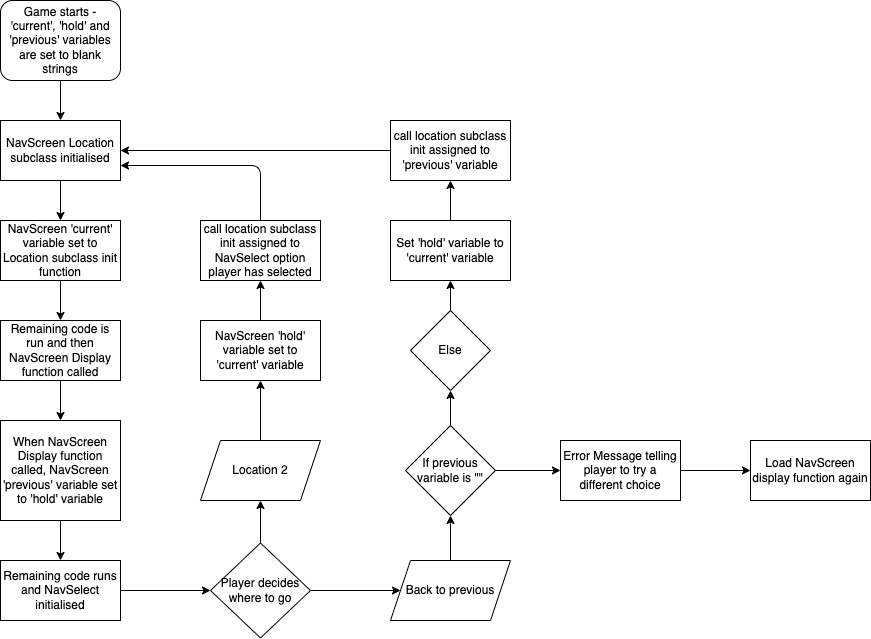
The draw.io diagram Assignment Documents/Flowgrams/ReturnToPrevious.png in AshfordGraye/ProjectRPG, before a commit. Source tidied: cells renumbered, new cells last; positions are measured from the earlier drawing's top-left corner, leaving out a move shared by most shapes.
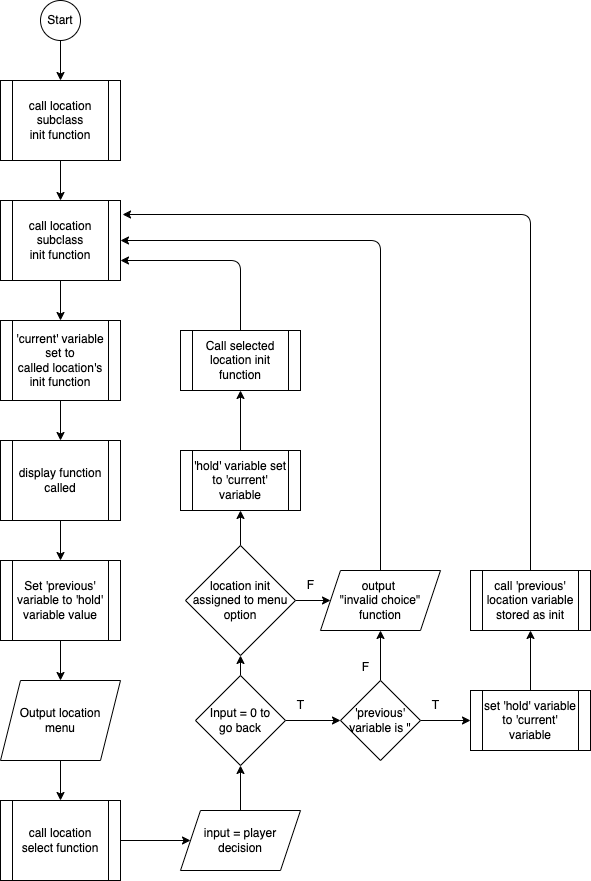
Above is the later version.

What changed in the source:
```diff
@@ -2,114 +2,144 @@
   <root>
     <mxCell id="0" />
     <mxCell id="1" parent="0" />
+    <mxCell id="26" style="edgeStyle=none;html=1;exitX=0.5;exitY=1;exitDx=0;exitDy=0;entryX=0.5;entryY=0;entryDx=0;entryDy=0;" parent="1" edge="1" source="3">
+      <mxGeometry relative="1" as="geometry">
+        <mxPoint x="80" y="80" as="targetPoint" />
+      </mxGeometry>
+    </mxCell>
+    <mxCell id="3" value="Start" style="ellipse;whiteSpace=wrap;html=1;" parent="1" vertex="1">
+      <mxGeometry x="60" width="40" height="40" as="geometry" />
+    </mxCell>
+    <mxCell id="18" style="edgeStyle=none;html=1;exitX=0.5;exitY=1;exitDx=0;exitDy=0;entryX=0.5;entryY=0;entryDx=0;entryDy=0;" parent="1" edge="1" target="37">
+      <mxGeometry relative="1" as="geometry">
+        <mxPoint x="80" y="160" as="sourcePoint" />
+      </mxGeometry>
+    </mxCell>
+    <mxCell id="25" style="edgeStyle=none;html=1;exitX=0.5;exitY=1;exitDx=0;exitDy=0;entryX=0.5;entryY=0;entryDx=0;entryDy=0;" parent="1" edge="1" source="37" target="23">
+      <mxGeometry relative="1" as="geometry" />
+    </mxCell>
+    <mxCell id="37" value="call location&lt;br&gt;subclass&lt;br&gt;init function" style="shape=process;whiteSpace=wrap;html=1;backgroundOutline=1;" parent="1" vertex="1">
+      <mxGeometry x="20" y="200" width="120" height="80" as="geometry" />
+    </mxCell>
+    <mxCell id="38" style="edgeStyle=none;html=1;exitX=0.5;exitY=1;exitDx=0;exitDy=0;entryX=0.5;entryY=0;entryDx=0;entryDy=0;" parent="1" edge="1" source="23" target="39">
+      <mxGeometry relative="1" as="geometry" />
+    </mxCell>
+    <mxCell id="23" value="'current' variable set to&lt;br&gt;called location's&lt;br&gt;init function" style="shape=process;whiteSpace=wrap;html=1;backgroundOutline=1;" parent="1" vertex="1">
+      <mxGeometry x="20" y="320" width="120" height="80" as="geometry" />
+    </mxCell>
+    <mxCell id="31" style="edgeStyle=none;html=1;exitX=0.5;exitY=1;exitDx=0;exitDy=0;entryX=0.5;entryY=0;entryDx=0;entryDy=0;" parent="1" edge="1" source="39" target="2">
+      <mxGeometry relative="1" as="geometry" />
+    </mxCell>
+    <mxCell id="39" value="display function called" style="shape=process;whiteSpace=wrap;html=1;backgroundOutline=1;" parent="1" vertex="1">
+      <mxGeometry x="20" y="440" width="120" height="80" as="geometry" />
+    </mxCell>
+    <mxCell id="40" style="edgeStyle=none;html=1;exitX=0.5;exitY=1;exitDx=0;exitDy=0;" parent="1" edge="1" source="2" target="17">
+      <mxGeometry relative="1" as="geometry" />
+    </mxCell>
-    <mxCell id="2" style="edgeStyle=none;html=1;exitX=0.5;exitY=1;exitDx=0;exitDy=0;entryX=0.5;entryY=0;entryDx=0;entryDy=0;" parent="1" edge="1" source="3" target="5">
-      <mxGeometry relative="1" as="geometry" />
+    <mxCell id="2" value="Set 'previous' variable to 'hold' variable value" style="shape=process;whiteSpace=wrap;html=1;backgroundOutline=1;" parent="1" vertex="1">
+      <mxGeometry x="20" y="560" width="120" height="80" as="geometry" />
     </mxCell>
-    <mxCell id="3" value="NavScreen Location subclass initialised" style="rounded=0;whiteSpace=wrap;html=1;" parent="1" vertex="1">
-      <mxGeometry y="120" width="120" height="60" as="geometry" />
-    </mxCell>
-    <mxCell id="4" style="edgeStyle=none;html=1;exitX=0.5;exitY=1;exitDx=0;exitDy=0;" parent="1" edge="1" source="5" target="7">
-      <mxGeometry relative="1" as="geometry" />
-    </mxCell>
-    <mxCell id="5" value="NavScreen 'current' variable set to Location subclass init function" style="rounded=0;whiteSpace=wrap;html=1;" parent="1" vertex="1">
-      <mxGeometry y="220" width="120" height="60" as="geometry" />
-    </mxCell>
+    <mxCell id="36" style="edgeStyle=none;html=1;exitX=1;exitY=0.5;exitDx=0;exitDy=0;entryX=0;entryY=0.5;entryDx=0;entryDy=0;" parent="1" edge="1" source="22" target="27">
+      <mxGeometry relative="1" as="geometry" />
+    </mxCell>
+    <mxCell id="22" value="call location select function" style="shape=process;whiteSpace=wrap;html=1;backgroundOutline=1;" parent="1" vertex="1">
+      <mxGeometry x="20" y="800" width="120" height="80" as="geometry" />
+    </mxCell>
+    <mxCell id="35" style="edgeStyle=none;html=1;exitX=1;exitY=0.5;exitDx=0;exitDy=0;entryX=0;entryY=0.5;entryDx=0;entryDy=0;" parent="1" edge="1" source="6" target="15">
+      <mxGeometry relative="1" as="geometry" />
+    </mxCell>
+    <mxCell id="41" style="edgeStyle=none;html=1;exitX=0.5;exitY=0;exitDx=0;exitDy=0;entryX=0.5;entryY=1;entryDx=0;entryDy=0;" parent="1" edge="1" source="6" target="56">
+      <mxGeometry relative="1" as="geometry" />
+    </mxCell>
-    <mxCell id="6" style="edgeStyle=none;html=1;exitX=0.5;exitY=1;exitDx=0;exitDy=0;" parent="1" edge="1" source="7" target="9">
-      <mxGeometry relative="1" as="geometry" />
+    <mxCell id="6" value="Input = 0 to&lt;br&gt;go back" style="rhombus;whiteSpace=wrap;html=1;" parent="1" vertex="1">
+      <mxGeometry x="215" y="675" width="90" height="90" as="geometry" />
     </mxCell>
-    <mxCell id="7" value="Remaining code is run and then NavScreen Display function called" style="rounded=0;whiteSpace=wrap;html=1;" parent="1" vertex="1">
-      <mxGeometry y="320" width="120" height="60" as="geometry" />
-    </mxCell>
-    <mxCell id="8" style="edgeStyle=none;html=1;exitX=0.5;exitY=1;exitDx=0;exitDy=0;" parent="1" edge="1" source="9" target="11">
-      <mxGeometry relative="1" as="geometry" />
-    </mxCell>
-    <mxCell id="9" value="When NavScreen Display function called, NavScreen 'previous' variable set to 'hold' variable" style="rounded=0;whiteSpace=wrap;html=1;" parent="1" vertex="1">
-      <mxGeometry y="420" width="120" height="100" as="geometry" />
-    </mxCell>
-    <mxCell id="10" style="edgeStyle=none;html=1;exitX=1;exitY=0.5;exitDx=0;exitDy=0;entryX=0;entryY=0.5;entryDx=0;entryDy=0;" parent="1" edge="1" source="11" target="19">
-      <mxGeometry relative="1" as="geometry" />
-    </mxCell>
-    <mxCell id="11" value="Remaining code runs and NavSelect initialised" style="rounded=0;whiteSpace=wrap;html=1;" parent="1" vertex="1">
-      <mxGeometry y="560" width="120" height="60" as="geometry" />
-    </mxCell>
-    <mxCell id="12" value="Load NavScreen display function again" style="rounded=0;whiteSpace=wrap;html=1;" parent="1" vertex="1">
-      <mxGeometry x="750" y="440" width="120" height="60" as="geometry" />
-    </mxCell>
+    <mxCell id="42" style="edgeStyle=none;html=1;exitX=0.5;exitY=1;exitDx=0;exitDy=0;entryX=0.5;entryY=0;entryDx=0;entryDy=0;" parent="1" edge="1" source="17" target="22">
+      <mxGeometry relative="1" as="geometry" />
+    </mxCell>
+    <mxCell id="17" value="Output location&lt;br&gt;menu" style="shape=parallelogram;perimeter=parallelogramPerimeter;whiteSpace=wrap;html=1;fixedSize=1;" parent="1" vertex="1">
+      <mxGeometry x="20" y="680" width="120" height="80" as="geometry" />
+    </mxCell>
-    <mxCell id="13" style="edgeStyle=none;html=1;exitX=0.5;exitY=0;exitDx=0;exitDy=0;entryX=0.5;entryY=1;entryDx=0;entryDy=0;" parent="1" edge="1" source="14" target="36">
+    <mxCell id="13" style="edgeStyle=none;html=1;exitX=0.5;exitY=0;exitDx=0;exitDy=0;entryX=0.5;entryY=1;entryDx=0;entryDy=0;" parent="1" edge="1" source="27" target="6">
       <mxGeometry relative="1" as="geometry" />
     </mxCell>
-    <mxCell id="14" value="NavScreen 'hold' variable set to 'current' variable" style="rounded=0;whiteSpace=wrap;html=1;" parent="1" vertex="1">
-      <mxGeometry x="200" y="320" width="120" height="60" as="geometry" />
-    </mxCell>
+    <mxCell id="27" value="input = player decision" style="shape=parallelogram;perimeter=parallelogramPerimeter;whiteSpace=wrap;html=1;fixedSize=1;" parent="1" vertex="1">
+      <mxGeometry x="200" y="810" width="120" height="60" as="geometry" />
+    </mxCell>
+    <mxCell id="43" style="edgeStyle=none;html=1;exitX=0.5;exitY=0;exitDx=0;exitDy=0;entryX=1.017;entryY=0.175;entryDx=0;entryDy=0;entryPerimeter=0;" parent="1" edge="1" source="24" target="37">
+      <mxGeometry relative="1" as="geometry">
+        <Array as="points">
+          <mxPoint x="550" y="214" />
+        </Array>
+      </mxGeometry>
+    </mxCell>
+    <mxCell id="24" value="call 'previous' location variable stored as init" style="shape=process;whiteSpace=wrap;html=1;backgroundOutline=1;" parent="1" vertex="1">
+      <mxGeometry x="490" y="570" width="120" height="60" as="geometry" />
+    </mxCell>
+    <mxCell id="44" style="edgeStyle=none;html=1;exitX=0.5;exitY=0;exitDx=0;exitDy=0;entryX=0.5;entryY=1;entryDx=0;entryDy=0;" parent="1" edge="1" source="15" target="29">
+      <mxGeometry relative="1" as="geometry" />
+    </mxCell>
+    <mxCell id="45" style="edgeStyle=none;html=1;exitX=1;exitY=0.5;exitDx=0;exitDy=0;entryX=0;entryY=0.5;entryDx=0;entryDy=0;" parent="1" edge="1" source="15" target="51">
+      <mxGeometry relative="1" as="geometry" />
+    </mxCell>
-    <mxCell id="15" style="edgeStyle=none;html=1;exitX=1;exitY=0.5;exitDx=0;exitDy=0;entryX=0;entryY=0.5;entryDx=0;entryDy=0;" parent="1" edge="1" source="16" target="12">
-      <mxGeometry relative="1" as="geometry" />
+    <mxCell id="15" value="'previous' variable is &quot;" style="rhombus;whiteSpace=wrap;html=1;" parent="1" vertex="1">
+      <mxGeometry x="360" y="680" width="80" height="80" as="geometry" />
     </mxCell>
-    <mxCell id="16" value="Error Message telling player to try a different choice" style="rounded=0;whiteSpace=wrap;html=1;" parent="1" vertex="1">
-      <mxGeometry x="560" y="440" width="120" height="60" as="geometry" />
-    </mxCell>
-    <mxCell id="17" style="edgeStyle=none;html=1;exitX=0.5;exitY=0;exitDx=0;exitDy=0;entryX=0.5;entryY=1;entryDx=0;entryDy=0;" parent="1" edge="1" source="19" target="28">
-      <mxGeometry relative="1" as="geometry" />
-    </mxCell>
-    <mxCell id="18" style="edgeStyle=none;html=1;exitX=1;exitY=0.5;exitDx=0;exitDy=0;" parent="1" edge="1" source="19" target="30">
-      <mxGeometry relative="1" as="geometry" />
-    </mxCell>
-    <mxCell id="19" value="Player decides where to go" style="rhombus;whiteSpace=wrap;html=1;" parent="1" vertex="1">
-      <mxGeometry x="210" y="542.5" width="100" height="95" as="geometry" />
-    </mxCell>
-    <mxCell id="20" style="edgeStyle=none;html=1;exitX=0.5;exitY=0;exitDx=0;exitDy=0;entryX=0.5;entryY=1;entryDx=0;entryDy=0;" parent="1" edge="1" source="21" target="32">
-      <mxGeometry relative="1" as="geometry" />
-    </mxCell>
-    <mxCell id="21" value="Else" style="rhombus;whiteSpace=wrap;html=1;" parent="1" vertex="1">
-      <mxGeometry x="410" y="310" width="80" height="80" as="geometry" />
-    </mxCell>
-    <mxCell id="22" style="edgeStyle=none;html=1;exitX=0.5;exitY=1;exitDx=0;exitDy=0;entryX=0.5;entryY=0;entryDx=0;entryDy=0;" parent="1" edge="1" source="23" target="3">
-      <mxGeometry relative="1" as="geometry" />
-    </mxCell>
-    <mxCell id="23" value="Game starts - 'current', 'hold' and 'previous' variables are set to blank strings" style="rounded=1;whiteSpace=wrap;html=1;" parent="1" vertex="1">
-      <mxGeometry width="120" height="80" as="geometry" />
-    </mxCell>
-    <mxCell id="24" style="edgeStyle=none;html=1;exitX=1;exitY=0.5;exitDx=0;exitDy=0;entryX=0;entryY=0.5;entryDx=0;entryDy=0;" parent="1" edge="1" source="26" target="16">
-      <mxGeometry relative="1" as="geometry" />
-    </mxCell>
-    <mxCell id="25" style="edgeStyle=none;html=1;exitX=0.5;exitY=0;exitDx=0;exitDy=0;entryX=0.5;entryY=1;entryDx=0;entryDy=0;" parent="1" edge="1" source="26" target="21">
-      <mxGeometry relative="1" as="geometry" />
-    </mxCell>
-    <mxCell id="26" value="If previous variable is &quot;&quot;" style="rhombus;whiteSpace=wrap;html=1;" parent="1" vertex="1">
-      <mxGeometry x="405" y="425" width="90" height="90" as="geometry" />
-    </mxCell>
-    <mxCell id="27" style="edgeStyle=none;html=1;exitX=0.5;exitY=0;exitDx=0;exitDy=0;entryX=0.5;entryY=1;entryDx=0;entryDy=0;" parent="1" edge="1" source="28" target="14">
-      <mxGeometry relative="1" as="geometry" />
-    </mxCell>
-    <mxCell id="28" value="Location 2" style="shape=parallelogram;perimeter=parallelogramPerimeter;whiteSpace=wrap;html=1;fixedSize=1;" parent="1" vertex="1">
-      <mxGeometry x="200" y="440" width="120" height="60" as="geometry" />
-    </mxCell>
+    <mxCell id="46" style="edgeStyle=none;html=1;exitX=0.5;exitY=0;exitDx=0;exitDy=0;entryX=1;entryY=0.5;entryDx=0;entryDy=0;" parent="1" edge="1" source="29" target="37">
+      <mxGeometry relative="1" as="geometry">
+        <Array as="points">
+          <mxPoint x="400" y="240" />
+        </Array>
+      </mxGeometry>
+    </mxCell>
-    <mxCell id="29" style="edgeStyle=none;html=1;exitX=0.5;exitY=0;exitDx=0;exitDy=0;entryX=0.5;entryY=1;entryDx=0;entryDy=0;" parent="1" edge="1" source="30" target="26">
-      <mxGeometry relative="1" as="geometry" />
+    <mxCell id="29" value="output &lt;br&gt;&quot;invalid choice&quot; function" style="shape=parallelogram;perimeter=parallelogramPerimeter;whiteSpace=wrap;html=1;fixedSize=1;" parent="1" vertex="1">
+      <mxGeometry x="340" y="570" width="120" height="60" as="geometry" />
     </mxCell>
-    <mxCell id="30" value="Back to previous" style="shape=parallelogram;perimeter=parallelogramPerimeter;whiteSpace=wrap;html=1;fixedSize=1;" parent="1" vertex="1">
-      <mxGeometry x="390" y="560" width="120" height="60" as="geometry" />
-    </mxCell>
-    <mxCell id="31" style="edgeStyle=none;html=1;exitX=0.5;exitY=0;exitDx=0;exitDy=0;entryX=0.5;entryY=1;entryDx=0;entryDy=0;" parent="1" edge="1" source="32" target="34">
-      <mxGeometry relative="1" as="geometry" />
-    </mxCell>
-    <mxCell id="32" value="Set 'hold' variable to 'current' variable" style="rounded=0;whiteSpace=wrap;html=1;" parent="1" vertex="1">
-      <mxGeometry x="390" y="220" width="120" height="60" as="geometry" />
-    </mxCell>
-    <mxCell id="33" style="edgeStyle=none;html=1;exitX=0;exitY=0.5;exitDx=0;exitDy=0;entryX=1;entryY=0.5;entryDx=0;entryDy=0;" parent="1" edge="1" source="34" target="3">
-      <mxGeometry relative="1" as="geometry" />
-    </mxCell>
-    <mxCell id="34" value="call location subclass init assigned to 'previous' variable" style="rounded=0;whiteSpace=wrap;html=1;" parent="1" vertex="1">
-      <mxGeometry x="390" y="120" width="120" height="60" as="geometry" />
-    </mxCell>
-    <mxCell id="35" style="edgeStyle=none;html=1;exitX=0.5;exitY=0;exitDx=0;exitDy=0;entryX=1;entryY=0.75;entryDx=0;entryDy=0;" parent="1" edge="1" source="36" target="3">
-      <mxGeometry relative="1" as="geometry">
-        <Array as="points">
-          <mxPoint x="260" y="165" />
-        </Array>
-      </mxGeometry>
-    </mxCell>
-    <mxCell id="36" value="call location subclass init assigned to NavSelect option player has selected" style="rounded=0;whiteSpace=wrap;html=1;" parent="1" vertex="1">
-      <mxGeometry x="200" y="220" width="120" height="60" as="geometry" />
-    </mxCell>
+    <mxCell id="47" value="T" style="text;html=1;align=center;verticalAlign=middle;strokeColor=none;fillColor=none;" parent="1" vertex="1">
+      <mxGeometry x="305" y="690" width="30" height="30" as="geometry" />
+    </mxCell>
+    <mxCell id="48" value="T" style="text;html=1;align=center;verticalAlign=middle;strokeColor=none;fillColor=none;" parent="1" vertex="1">
+      <mxGeometry x="440" y="690" width="30" height="30" as="geometry" />
+    </mxCell>
+    <mxCell id="49" value="F" style="text;html=1;align=center;verticalAlign=middle;strokeColor=none;fillColor=none;" parent="1" vertex="1">
+      <mxGeometry x="370" y="652" width="30" height="30" as="geometry" />
+    </mxCell>
+    <mxCell id="50" style="edgeStyle=none;html=1;exitX=0.5;exitY=1;exitDx=0;exitDy=0;" parent="1" edge="1" source="51" target="24">
+      <mxGeometry relative="1" as="geometry" />
+    </mxCell>
+    <mxCell id="51" value="set 'hold' variable to 'current' variable" style="shape=process;whiteSpace=wrap;html=1;backgroundOutline=1;" parent="1" vertex="1">
+      <mxGeometry x="490" y="690" width="120" height="60" as="geometry" />
+    </mxCell>
+    <mxCell id="52" style="edgeStyle=none;html=1;exitX=0.5;exitY=0;exitDx=0;exitDy=0;entryX=0.5;entryY=1;entryDx=0;entryDy=0;" parent="1" edge="1" source="53" target="59">
+      <mxGeometry relative="1" as="geometry" />
+    </mxCell>
+    <mxCell id="53" value="'hold' variable set to 'current' variable" style="shape=process;whiteSpace=wrap;html=1;backgroundOutline=1;" parent="1" vertex="1">
+      <mxGeometry x="200" y="450" width="120" height="60" as="geometry" />
+    </mxCell>
+    <mxCell id="54" style="edgeStyle=none;html=1;exitX=1;exitY=0.5;exitDx=0;exitDy=0;entryX=0;entryY=0.5;entryDx=0;entryDy=0;" parent="1" edge="1" source="56" target="29">
+      <mxGeometry relative="1" as="geometry" />
+    </mxCell>
+    <mxCell id="55" style="edgeStyle=none;html=1;exitX=0.5;exitY=0;exitDx=0;exitDy=0;entryX=0.5;entryY=1;entryDx=0;entryDy=0;" parent="1" edge="1" source="56" target="53">
+      <mxGeometry relative="1" as="geometry" />
+    </mxCell>
+    <mxCell id="56" value="location init assigned to menu option" style="rhombus;whiteSpace=wrap;html=1;" parent="1" vertex="1">
+      <mxGeometry x="205" y="545" width="110" height="110" as="geometry" />
+    </mxCell>
+    <mxCell id="57" value="F" style="text;html=1;align=center;verticalAlign=middle;strokeColor=none;fillColor=none;" parent="1" vertex="1">
+      <mxGeometry x="315" y="570" width="30" height="30" as="geometry" />
+    </mxCell>
+    <mxCell id="58" style="edgeStyle=none;html=1;exitX=0.5;exitY=0;exitDx=0;exitDy=0;entryX=1;entryY=0.75;entryDx=0;entryDy=0;" parent="1" edge="1" source="59" target="37">
+      <mxGeometry relative="1" as="geometry">
+        <Array as="points">
+          <mxPoint x="260" y="260" />
+        </Array>
+      </mxGeometry>
+    </mxCell>
+    <mxCell id="59" value="Call selected location init function" style="shape=process;whiteSpace=wrap;html=1;backgroundOutline=1;" parent="1" vertex="1">
+      <mxGeometry x="200" y="330" width="120" height="60" as="geometry" />
+    </mxCell>
+    <mxCell id="60" value="call location&lt;br&gt;subclass&lt;br&gt;init function" style="shape=process;whiteSpace=wrap;html=1;backgroundOutline=1;" parent="1" vertex="1">
+      <mxGeometry x="20" y="80" width="120" height="80" as="geometry" />
+    </mxCell>
   </root>
 </mxGraphModel>
```
